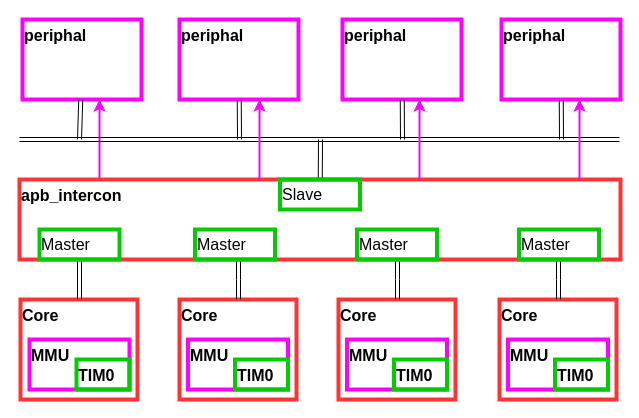
bendl/vmicro16 keeps this draw.io diagram as docs/img/interconnect.drawio. Above is the earlier version. Source tidied: cells renumbered, new cells numbered last; positions are measured from the earlier drawing's top-left corner, leaving out a move shared by most shapes. Both pictures are drawn from the tidied source at 100%, with x=0, y=0 at pixel (19, 19).
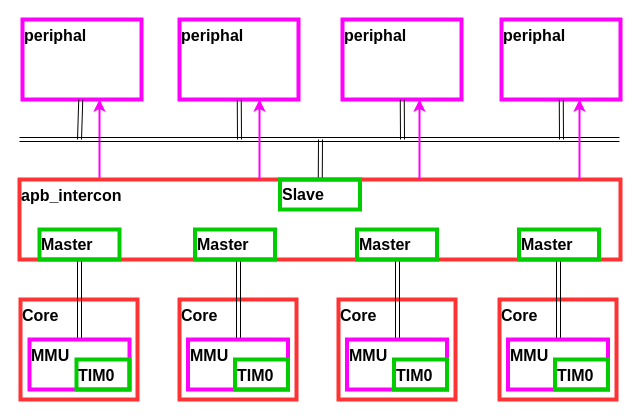
The same page after the edit.

Unchanged cells that the change refers to:
```xml
<mxCell id="2" value="Core" style="rounded=0;whiteSpace=wrap;html=1;strokeColor=#FF3333;strokeWidth=4;fillColor=none;fontSize=16;align=left;fontStyle=1;verticalAlign=top;" parent="1" vertex="1">
  <mxGeometry x="1" y="280" width="117" height="100" as="geometry" />
</mxCell>
<mxCell id="3" value="Core" style="rounded=0;whiteSpace=wrap;html=1;strokeColor=#FF3333;strokeWidth=4;fillColor=none;fontSize=16;align=left;fontStyle=1;verticalAlign=top;" parent="1" vertex="1">
  <mxGeometry x="160" y="280" width="117" height="100" as="geometry" />
</mxCell>
<mxCell id="4" value="Core" style="rounded=0;whiteSpace=wrap;html=1;strokeColor=#FF3333;strokeWidth=4;fillColor=none;fontSize=16;align=left;fontStyle=1;verticalAlign=top;" parent="1" vertex="1">
  <mxGeometry x="319" y="280" width="117" height="100" as="geometry" />
</mxCell>
<mxCell id="5" value="Core" style="rounded=0;whiteSpace=wrap;html=1;strokeColor=#FF3333;strokeWidth=4;fillColor=none;fontSize=16;align=left;fontStyle=1;verticalAlign=top;" parent="1" vertex="1">
  <mxGeometry x="480" y="280" width="117" height="100" as="geometry" />
</mxCell>
<mxCell id="7" value="apb_intercon" style="rounded=0;whiteSpace=wrap;html=1;strokeColor=#FF3333;strokeWidth=4;fillColor=none;fontSize=16;align=left;fontStyle=1;verticalAlign=top;" parent="1" vertex="1">
  <mxGeometry y="160" width="601" height="80" as="geometry" />
</mxCell>
<mxCell id="25" value="MMU" style="rounded=0;whiteSpace=wrap;html=1;strokeColor=#FF00FF;strokeWidth=4;fillColor=none;fontSize=16;align=left;fontStyle=1;verticalAlign=top;" parent="1" vertex="1">
  <mxGeometry x="10" y="320" width="100" height="50" as="geometry" />
</mxCell>
<mxCell id="27" value="MMU" style="rounded=0;whiteSpace=wrap;html=1;strokeColor=#FF00FF;strokeWidth=4;fillColor=none;fontSize=16;align=left;fontStyle=1;verticalAlign=top;" parent="1" vertex="1">
  <mxGeometry x="168.5" y="320" width="100" height="50" as="geometry" />
</mxCell>
<mxCell id="29" value="MMU" style="rounded=0;whiteSpace=wrap;html=1;strokeColor=#FF00FF;strokeWidth=4;fillColor=none;fontSize=16;align=left;fontStyle=1;verticalAlign=top;" parent="1" vertex="1">
  <mxGeometry x="327.5" y="320" width="100" height="50" as="geometry" />
</mxCell>
<mxCell id="31" value="MMU" style="rounded=0;whiteSpace=wrap;html=1;strokeColor=#FF00FF;strokeWidth=4;fillColor=none;fontSize=16;align=left;fontStyle=1;verticalAlign=top;" parent="1" vertex="1">
  <mxGeometry x="488.5" y="320" width="100" height="50" as="geometry" />
</mxCell>
```

Change to the diagram source:
```diff
@@
-    <mxCell id="13" style="shape=link;html=1;fontSize=16;entryX=0.5;entryY=0;entryDx=0;entryDy=0;edgeStyle=elbowEdgeStyle;" parent="1" edge="1" source="7" target="2">
+    <mxCell id="13" style="shape=link;html=1;fontSize=16;entryX=0.5;entryY=0;entryDx=0;entryDy=0;edgeStyle=elbowEdgeStyle;" parent="1" edge="1" source="7" target="25">
       <mxGeometry relative="1" as="geometry" />
     </mxCell>
-    <mxCell id="14" style="shape=link;html=1;fontSize=16;edgeStyle=elbowEdgeStyle;" parent="1" edge="1" source="7" target="3">
+    <mxCell id="14" style="shape=link;html=1;fontSize=16;edgeStyle=elbowEdgeStyle;entryX=0.5;entryY=0;entryDx=0;entryDy=0;" parent="1" edge="1" source="7" target="27">
       <mxGeometry relative="1" as="geometry" />
     </mxCell>
-    <mxCell id="15" style="shape=link;html=1;fontSize=16;edgeStyle=elbowEdgeStyle;" parent="1" edge="1" source="7" target="4">
+    <mxCell id="15" style="shape=link;html=1;fontSize=16;edgeStyle=elbowEdgeStyle;entryX=0.5;entryY=0;entryDx=0;entryDy=0;" parent="1" edge="1" source="7" target="29">
       <mxGeometry relative="1" as="geometry" />
     </mxCell>
-    <mxCell id="16" style="shape=link;html=1;fontSize=16;edgeStyle=elbowEdgeStyle;" parent="1" edge="1" source="7" target="5">
+    <mxCell id="16" style="shape=link;html=1;fontSize=16;edgeStyle=elbowEdgeStyle;entryX=0.5;entryY=0;entryDx=0;entryDy=0;" parent="1" edge="1" source="7" target="31">
       <mxGeometry relative="1" as="geometry" />
     </mxCell>
@@
-    <mxCell id="33" value="Master" style="rounded=0;whiteSpace=wrap;html=1;strokeColor=#00CC00;strokeWidth=4;fillColor=none;fontSize=16;align=left;" parent="1" vertex="1">
+    <mxCell id="33" value="Master" style="rounded=0;whiteSpace=wrap;html=1;strokeColor=#00CC00;strokeWidth=4;fillColor=none;fontSize=16;align=left;fontStyle=1;" parent="1" vertex="1">
       <mxGeometry x="20" y="210" width="80" height="30" as="geometry" />
     </mxCell>
-    <mxCell id="34" value="Master" style="rounded=0;whiteSpace=wrap;html=1;strokeColor=#00CC00;strokeWidth=4;fillColor=none;fontSize=16;align=left;" parent="1" vertex="1">
+    <mxCell id="34" value="Master" style="rounded=0;whiteSpace=wrap;html=1;strokeColor=#00CC00;strokeWidth=4;fillColor=none;fontSize=16;align=left;fontStyle=1;" parent="1" vertex="1">
       <mxGeometry x="175.5" y="210" width="80" height="30" as="geometry" />
     </mxCell>
-    <mxCell id="35" value="Master" style="rounded=0;whiteSpace=wrap;html=1;strokeColor=#00CC00;strokeWidth=4;fillColor=none;fontSize=16;align=left;" parent="1" vertex="1">
+    <mxCell id="35" value="Master" style="rounded=0;whiteSpace=wrap;html=1;strokeColor=#00CC00;strokeWidth=4;fillColor=none;fontSize=16;align=left;fontStyle=1;" parent="1" vertex="1">
       <mxGeometry x="337.5" y="210" width="80" height="30" as="geometry" />
     </mxCell>
-    <mxCell id="36" value="Master" style="rounded=0;whiteSpace=wrap;html=1;strokeColor=#00CC00;strokeWidth=4;fillColor=none;fontSize=16;align=left;" parent="1" vertex="1">
+    <mxCell id="36" value="Master" style="rounded=0;whiteSpace=wrap;html=1;strokeColor=#00CC00;strokeWidth=4;fillColor=none;fontSize=16;align=left;fontStyle=1;" parent="1" vertex="1">
       <mxGeometry x="499.5" y="210" width="80" height="30" as="geometry" />
     </mxCell>
-    <mxCell id="37" value="Slave" style="rounded=0;whiteSpace=wrap;html=1;strokeColor=#00CC00;strokeWidth=4;fillColor=none;fontSize=16;align=left;" parent="1" vertex="1">
+    <mxCell id="37" value="Slave" style="rounded=0;whiteSpace=wrap;html=1;strokeColor=#00CC00;strokeWidth=4;fillColor=none;fontSize=16;align=left;fontStyle=1;" parent="1" vertex="1">
       <mxGeometry x="260.5" y="160" width="80" height="30" as="geometry" />
     </mxCell>
```
